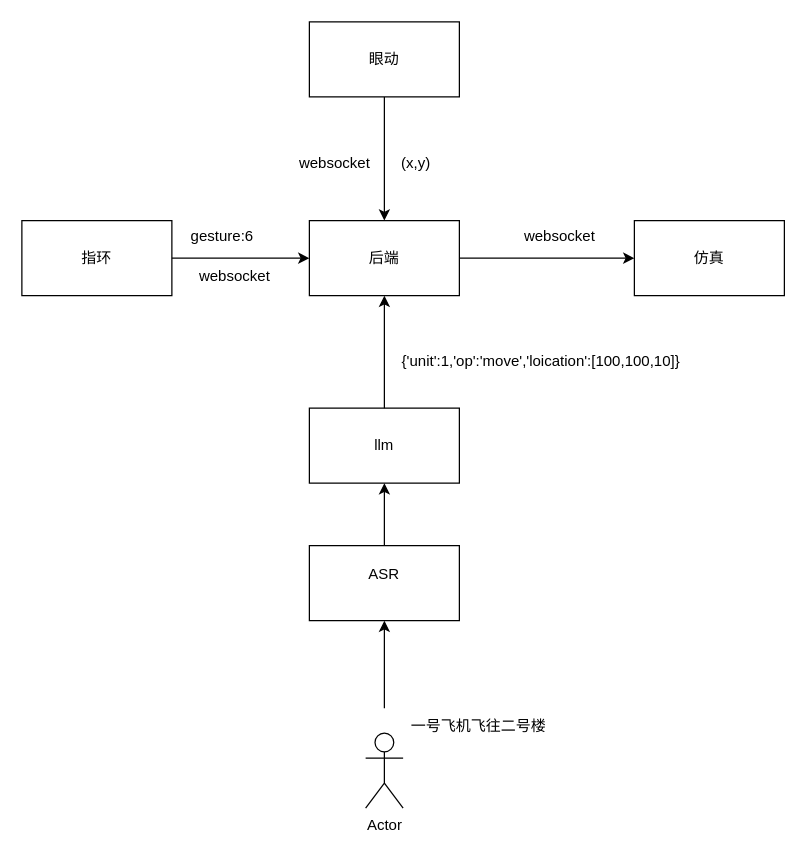
The draw.io diagram 未命名绘图.drawio in callmeliuchu/articles, before the edit. Source tidied: cells renumbered, new cells numbered last; positions are measured from the earlier drawing's top-left corner, leaving out a move shared by most shapes. Both pictures are drawn from the tidied source at 125%, with x=0, y=0 at pixel (21, 21).
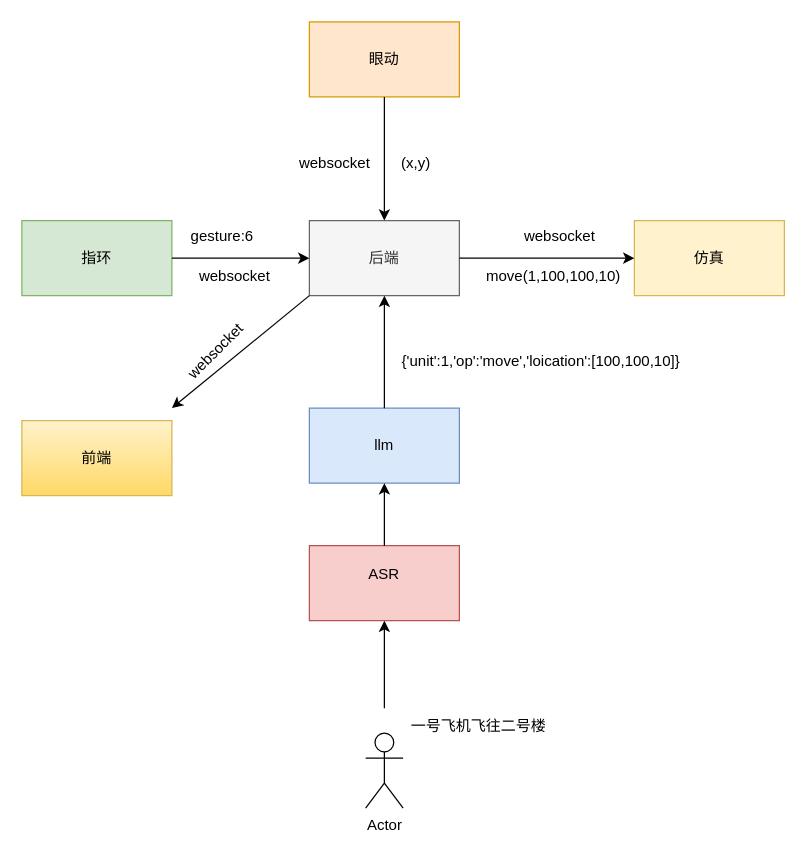
The same page after the edit.

Commit message:
更新未命名绘图.drawio

Change to the diagram source:
```diff
@@
-    <mxCell id="2" value="后端" style="rounded=0;whiteSpace=wrap;html=1;" parent="1" vertex="1">
+    <mxCell id="2" value="后端" style="rounded=0;whiteSpace=wrap;html=1;fillColor=#f5f5f5;fontColor=#333333;strokeColor=#666666;" parent="1" vertex="1">
       <mxGeometry x="230" y="159" width="120" height="60" as="geometry" />
     </mxCell>
-    <mxCell id="3" value="仿真" style="rounded=0;whiteSpace=wrap;html=1;" parent="1" vertex="1">
+    <mxCell id="3" value="仿真" style="rounded=0;whiteSpace=wrap;html=1;fillColor=#fff2cc;strokeColor=#d6b656;" parent="1" vertex="1">
       <mxGeometry x="490" y="159" width="120" height="60" as="geometry" />
     </mxCell>
@@
-    <mxCell id="6" value="眼动" style="rounded=0;whiteSpace=wrap;html=1;" parent="1" vertex="1">
+    <mxCell id="6" value="眼动" style="rounded=0;whiteSpace=wrap;html=1;fillColor=#ffe6cc;strokeColor=#d79b00;" parent="1" vertex="1">
       <mxGeometry x="230" width="120" height="60" as="geometry" />
     </mxCell>
@@
-    <mxCell id="10" value="指环" style="rounded=0;whiteSpace=wrap;html=1;" parent="1" vertex="1">
+    <mxCell id="10" value="指环" style="rounded=0;whiteSpace=wrap;html=1;fillColor=#d5e8d4;strokeColor=#82b366;" parent="1" vertex="1">
       <mxGeometry y="159" width="120" height="60" as="geometry" />
     </mxCell>
@@
-    <mxCell id="14" value="ASR&lt;div&gt;&lt;br&gt;&lt;/div&gt;" style="rounded=0;whiteSpace=wrap;html=1;" parent="1" vertex="1">
+    <mxCell id="14" value="ASR&lt;div&gt;&lt;br&gt;&lt;/div&gt;" style="rounded=0;whiteSpace=wrap;html=1;fillColor=#f8cecc;strokeColor=#b85450;" parent="1" vertex="1">
       <mxGeometry x="230" y="419" width="120" height="60" as="geometry" />
     </mxCell>
@@
-    <mxCell id="18" value="llm" style="rounded=0;whiteSpace=wrap;html=1;" parent="1" vertex="1">
+    <mxCell id="18" value="llm" style="rounded=0;whiteSpace=wrap;html=1;fillColor=#dae8fc;strokeColor=#6c8ebf;" parent="1" vertex="1">
       <mxGeometry x="230" y="309" width="120" height="60" as="geometry" />
     </mxCell>
@@
+    <mxCell id="22" value="move(1,100,100,10)" style="text;html=1;align=center;verticalAlign=middle;strokeColor=none;fillColor=none;" parent="1" vertex="1">
+      <mxGeometry x="360" y="189" width="130" height="30" as="geometry" />
+    </mxCell>
+    <mxCell id="23" value="前端" style="rounded=0;whiteSpace=wrap;html=1;fillColor=#fff2cc;gradientColor=#ffd966;strokeColor=#d6b656;" parent="1" vertex="1">
+      <mxGeometry y="319" width="120" height="60" as="geometry" />
+    </mxCell>
+    <mxCell id="24" style="endArrow=classic;html=1;rounded=0;exitX=0;exitY=1;exitDx=0;exitDy=0;" parent="1" edge="1" source="2">
+      <mxGeometry relative="1" as="geometry">
+        <mxPoint x="120" y="309" as="targetPoint" />
+      </mxGeometry>
+    </mxCell>
+    <mxCell id="25" value="websocket" style="text;html=1;align=center;verticalAlign=middle;strokeColor=none;fillColor=none;rotation=-45;" parent="1" vertex="1">
+      <mxGeometry x="115" y="249" width="80" height="30" as="geometry" />
+    </mxCell>
```
